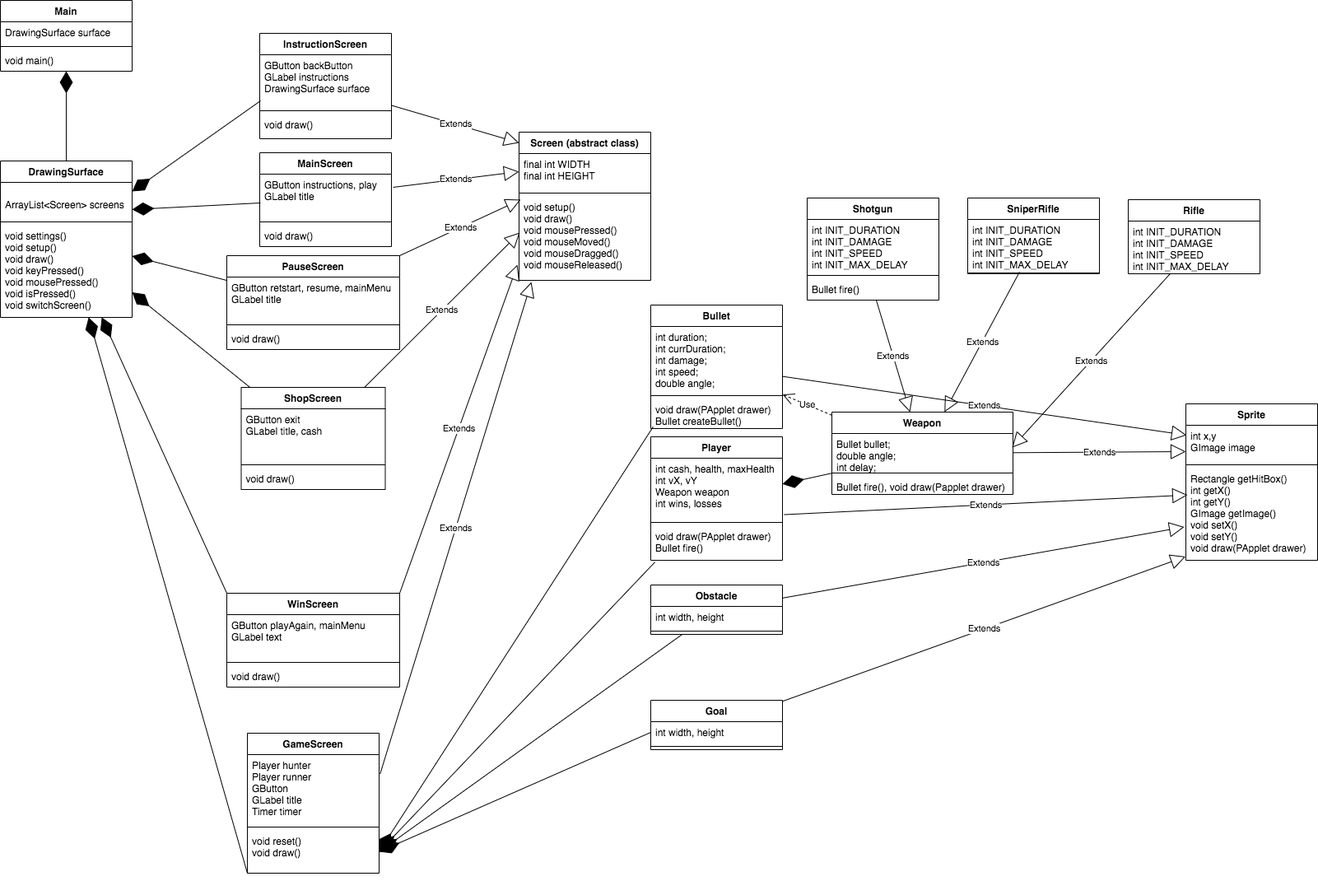
This is CapstoneBotman/doc/Final Project UML.png from HHSAPCompSci2020/capstone-project-botman, a draw.io export, as it was before one commit. Source tidied: cells renumbered, new cells last; positions are measured from the earlier drawing's top-left corner, leaving out a move shared by most shapes.
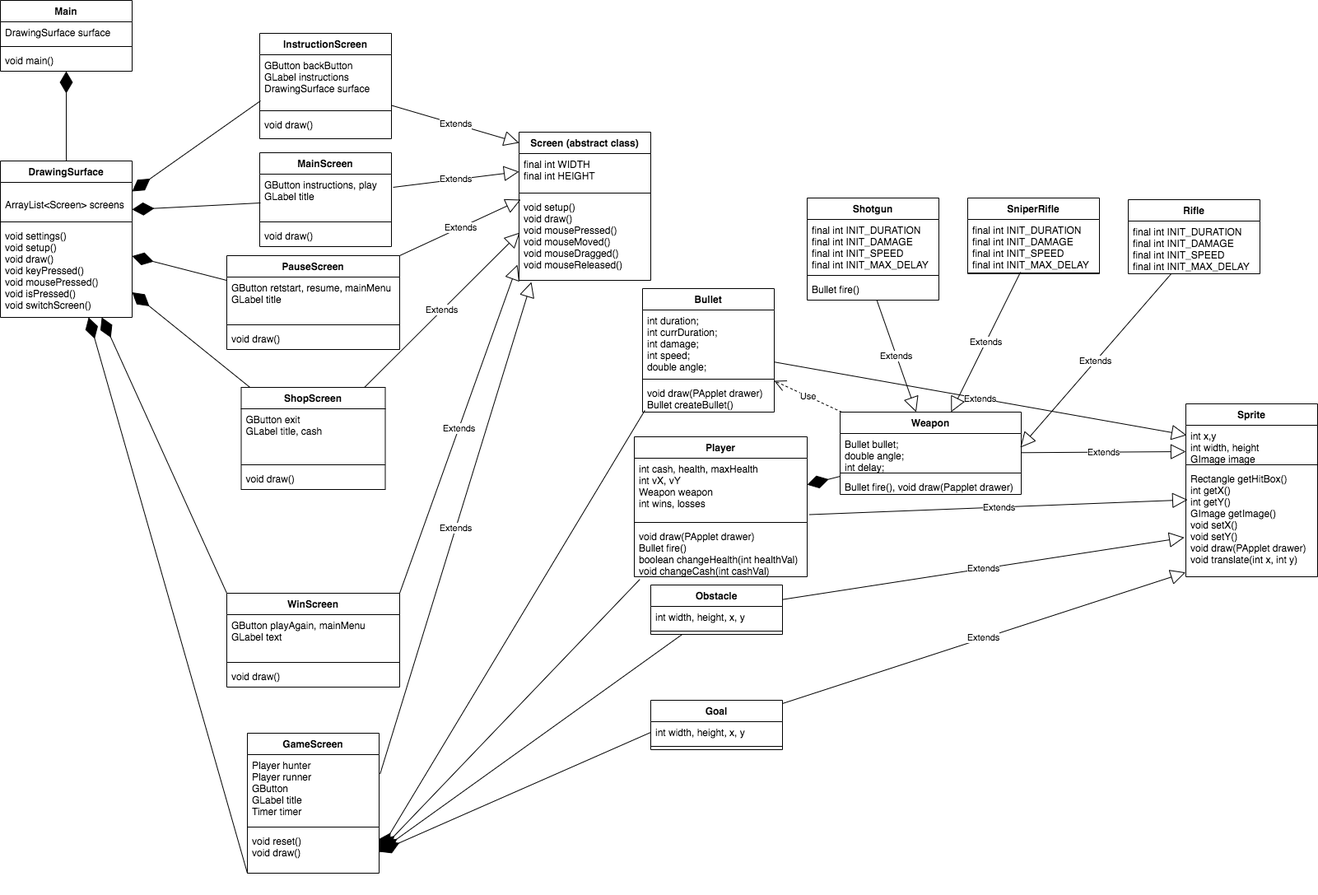
The same diagram one commit later.

What changed in the source:
```diff
@@ -87,19 +87,19 @@
       <mxGeometry y="118" width="160" height="52" as="geometry" />
     </mxCell>
     <mxCell id="30" value="Sprite" style="swimlane;fontStyle=1;align=center;verticalAlign=top;horizontal=1;startSize=26;" parent="1" vertex="1">
-      <mxGeometry x="1440" y="490" width="160" height="190" as="geometry" />
+      <mxGeometry x="1440" y="490" width="160" height="210" as="geometry" />
     </mxCell>
-    <mxCell id="31" value="int x,y&#10;GImage image&#10;" style="text;strokeColor=none;fillColor=none;align=left;verticalAlign=top;spacingLeft=4;spacingRight=4;overflow=hidden;points=[[0,0.5],[1,0.5]];portConstraint=eastwest;" parent="30" vertex="1">
+    <mxCell id="31" value="int x,y&#10;int width, height&#10;GImage image&#10;" style="text;strokeColor=none;fillColor=none;align=left;verticalAlign=top;spacingLeft=4;spacingRight=4;overflow=hidden;points=[[0,0.5],[1,0.5]];portConstraint=eastwest;" parent="30" vertex="1">
       <mxGeometry y="26" width="160" height="44" as="geometry" />
     </mxCell>
     <mxCell id="32" style="line;strokeWidth=1;fillColor=none;align=left;verticalAlign=middle;spacingTop=-1;spacingLeft=3;spacingRight=3;labelPosition=right;" parent="30" vertex="1">
       <mxGeometry y="70" width="160" height="8" as="geometry" />
     </mxCell>
-    <mxCell id="33" value="Rectangle getHitBox()&#10;int getX()&#10;int getY()&#10;GImage getImage()&#10;void setX()&#10;void setY()&#10;void draw(PApplet drawer)" style="text;strokeColor=none;fillColor=none;align=left;verticalAlign=top;spacingLeft=4;spacingRight=4;overflow=hidden;points=[[0,0.5],[1,0.5]];portConstraint=eastwest;" parent="30" vertex="1">
-      <mxGeometry y="78" width="160" height="112" as="geometry" />
+    <mxCell id="33" value="Rectangle getHitBox()&#10;int getX()&#10;int getY()&#10;GImage getImage()&#10;void setX()&#10;void setY()&#10;void draw(PApplet drawer)&#10;void translate(int x, int y)" style="text;strokeColor=none;fillColor=none;align=left;verticalAlign=top;spacingLeft=4;spacingRight=4;overflow=hidden;points=[[0,0.5],[1,0.5]];portConstraint=eastwest;" parent="30" vertex="1">
+      <mxGeometry y="78" width="160" height="132" as="geometry" />
     </mxCell>
     <mxCell id="34" value="Bullet" style="swimlane;fontStyle=1;align=center;verticalAlign=top;horizontal=1;startSize=26;" parent="1" vertex="1">
-      <mxGeometry x="790" y="370" width="160" height="150" as="geometry" />
+      <mxGeometry x="780" y="350" width="160" height="150" as="geometry" />
     </mxCell>
     <mxCell id="35" value="int duration;&#10;int currDuration; &#10;int damage; &#10;int speed;&#10;double angle;" style="text;strokeColor=none;fillColor=none;align=left;verticalAlign=top;spacingLeft=4;spacingRight=4;overflow=hidden;" parent="34" vertex="1">
       <mxGeometry y="26" width="160" height="80" as="geometry" />
@@ -111,16 +111,16 @@
       <mxGeometry y="114" width="160" height="36" as="geometry" />
     </mxCell>
     <mxCell id="38" value="Player" style="swimlane;fontStyle=1;align=center;verticalAlign=top;horizontal=1;startSize=26;" parent="1" vertex="1">
-      <mxGeometry x="790" y="530" width="160" height="150" as="geometry" />
+      <mxGeometry x="770" y="530" width="210" height="170" as="geometry" />
     </mxCell>
     <mxCell id="39" value="int cash, health, maxHealth&#10;int vX, vY&#10;Weapon weapon&#10;int wins, losses" style="text;strokeColor=none;fillColor=none;align=left;verticalAlign=top;spacingLeft=4;spacingRight=4;overflow=hidden;points=[[0,0.5],[1,0.5]];portConstraint=eastwest;" parent="38" vertex="1">
-      <mxGeometry y="26" width="160" height="74" as="geometry" />
+      <mxGeometry y="26" width="210" height="74" as="geometry" />
     </mxCell>
     <mxCell id="40" style="line;strokeWidth=1;fillColor=none;align=left;verticalAlign=middle;spacingTop=-1;spacingLeft=3;spacingRight=3;labelPosition=right;" parent="38" vertex="1">
-      <mxGeometry y="100" width="160" height="8" as="geometry" />
+      <mxGeometry y="100" width="210" height="8" as="geometry" />
     </mxCell>
-    <mxCell id="41" value="void draw(PApplet drawer)&#10;Bullet fire()&#10;" style="text;strokeColor=none;fillColor=none;align=left;verticalAlign=top;spacingLeft=4;spacingRight=4;overflow=hidden;points=[[0,0.5],[1,0.5]];portConstraint=eastwest;" parent="38" vertex="1">
-      <mxGeometry y="108" width="160" height="42" as="geometry" />
+    <mxCell id="41" value="void draw(PApplet drawer)&#10;Bullet fire()&#10;boolean changeHealth(int healthVal)&#10;void changeCash(int cashVal)" style="text;strokeColor=none;fillColor=none;align=left;verticalAlign=top;spacingLeft=4;spacingRight=4;overflow=hidden;points=[[0,0.5],[1,0.5]];portConstraint=eastwest;" parent="38" vertex="1">
+      <mxGeometry y="108" width="210" height="62" as="geometry" />
     </mxCell>
     <mxCell id="42" value="Extends" style="endArrow=block;endSize=16;endFill=0;html=1;entryX=0.013;entryY=0.292;entryDx=0;entryDy=0;entryPerimeter=0;exitX=1.013;exitY=0.926;exitDx=0;exitDy=0;exitPerimeter=0;" parent="1" edge="1" source="39" target="33">
       <mxGeometry relative="1" as="geometry" />
@@ -134,7 +134,7 @@
     <mxCell id="45" value="Obstacle" style="swimlane;fontStyle=1;align=center;verticalAlign=top;horizontal=1;startSize=26;" parent="1" vertex="1">
       <mxGeometry x="790" y="710" width="160" height="60" as="geometry" />
     </mxCell>
-    <mxCell id="46" value="int width, height" style="text;strokeColor=none;fillColor=none;align=left;verticalAlign=top;spacingLeft=4;spacingRight=4;overflow=hidden;" parent="45" vertex="1">
+    <mxCell id="46" value="int width, height, x, y" style="text;strokeColor=none;fillColor=none;align=left;verticalAlign=top;spacingLeft=4;spacingRight=4;overflow=hidden;" parent="45" vertex="1">
       <mxGeometry y="26" width="160" height="26" as="geometry" />
     </mxCell>
     <mxCell id="47" style="line;strokeWidth=1;fillColor=none;align=left;verticalAlign=middle;spacingTop=-1;spacingLeft=3;spacingRight=3;labelPosition=right;" parent="45" vertex="1">
@@ -208,7 +208,7 @@
       <mxGeometry relative="1" as="geometry" />
     </mxCell>
     <mxCell id="69" value="Weapon" style="swimlane;fontStyle=1;align=center;verticalAlign=top;horizontal=1;startSize=26;" parent="1" vertex="1">
-      <mxGeometry x="1010" y="500" width="220" height="100" as="geometry" />
+      <mxGeometry x="1020" y="500" width="220" height="100" as="geometry" />
     </mxCell>
     <mxCell id="70" value="Bullet bullet; &#10;double angle;&#10;int delay;" style="text;strokeColor=none;fillColor=none;align=left;verticalAlign=top;spacingLeft=4;spacingRight=4;overflow=hidden;points=[[0,0.5],[1,0.5]];portConstraint=eastwest;" parent="69" vertex="1">
       <mxGeometry y="26" width="220" height="44" as="geometry" />
@@ -240,7 +240,7 @@
     <mxCell id="79" value="Goal" style="swimlane;fontStyle=1;align=center;verticalAlign=top;horizontal=1;startSize=26;" parent="1" vertex="1">
       <mxGeometry x="790" y="850" width="160" height="60" as="geometry" />
     </mxCell>
-    <mxCell id="80" value="int width, height" style="text;strokeColor=none;fillColor=none;align=left;verticalAlign=top;spacingLeft=4;spacingRight=4;overflow=hidden;points=[[0,0.5],[1,0.5]];portConstraint=eastwest;" parent="79" vertex="1">
+    <mxCell id="80" value="int width, height, x, y" style="text;strokeColor=none;fillColor=none;align=left;verticalAlign=top;spacingLeft=4;spacingRight=4;overflow=hidden;points=[[0,0.5],[1,0.5]];portConstraint=eastwest;" parent="79" vertex="1">
       <mxGeometry y="26" width="160" height="26" as="geometry" />
     </mxCell>
     <mxCell id="81" style="line;strokeWidth=1;fillColor=none;align=left;verticalAlign=middle;spacingTop=-1;spacingLeft=3;spacingRight=3;labelPosition=right;" parent="79" vertex="1">
@@ -255,13 +255,13 @@
     <mxCell id="84" value="Rifle" style="swimlane;fontStyle=1;align=center;verticalAlign=top;horizontal=1;startSize=26;" parent="1" vertex="1">
       <mxGeometry x="1370" y="242" width="160" height="90" as="geometry" />
     </mxCell>
-    <mxCell id="85" value="int INIT_DURATION&#10;int INIT_DAMAGE&#10;int INIT_SPEED&#10;int INIT_MAX_DELAY" style="text;strokeColor=none;fillColor=none;align=left;verticalAlign=top;spacingLeft=4;spacingRight=4;overflow=hidden;points=[[0,0.5],[1,0.5]];portConstraint=eastwest;" parent="84" vertex="1">
+    <mxCell id="85" value="final int INIT_DURATION&#10;final int INIT_DAMAGE&#10;final int INIT_SPEED&#10;final int INIT_MAX_DELAY" style="text;strokeColor=none;fillColor=none;align=left;verticalAlign=top;spacingLeft=4;spacingRight=4;overflow=hidden;points=[[0,0.5],[1,0.5]];portConstraint=eastwest;" parent="84" vertex="1">
       <mxGeometry y="26" width="160" height="64" as="geometry" />
     </mxCell>
     <mxCell id="86" value="Shotgun" style="swimlane;fontStyle=1;align=center;verticalAlign=top;horizontal=1;startSize=26;" parent="1" vertex="1">
       <mxGeometry x="980" y="240" width="160" height="124" as="geometry" />
     </mxCell>
-    <mxCell id="87" value="int INIT_DURATION&#10;int INIT_DAMAGE&#10;int INIT_SPEED&#10;int INIT_MAX_DELAY" style="text;strokeColor=none;fillColor=none;align=left;verticalAlign=top;spacingLeft=4;spacingRight=4;overflow=hidden;" parent="86" vertex="1">
+    <mxCell id="87" value="final int INIT_DURATION&#10;final int INIT_DAMAGE&#10;final int INIT_SPEED&#10;final int INIT_MAX_DELAY" style="text;strokeColor=none;fillColor=none;align=left;verticalAlign=top;spacingLeft=4;spacingRight=4;overflow=hidden;" parent="86" vertex="1">
       <mxGeometry y="26" width="160" height="64" as="geometry" />
     </mxCell>
     <mxCell id="88" style="line;strokeWidth=1;fillColor=none;align=left;verticalAlign=middle;spacingTop=-1;spacingLeft=3;spacingRight=3;labelPosition=right;" parent="86" vertex="1">
@@ -273,7 +273,7 @@
     <mxCell id="90" value="SniperRifle" style="swimlane;fontStyle=1;align=center;verticalAlign=top;horizontal=1;startSize=26;" parent="1" vertex="1">
       <mxGeometry x="1175" y="240" width="160" height="92" as="geometry" />
     </mxCell>
-    <mxCell id="91" value="int INIT_DURATION&#10;int INIT_DAMAGE&#10;int INIT_SPEED&#10;int INIT_MAX_DELAY" style="text;strokeColor=none;fillColor=none;align=left;verticalAlign=top;spacingLeft=4;spacingRight=4;overflow=hidden;points=[[0,0.5],[1,0.5]];portConstraint=eastwest;" parent="90" vertex="1">
+    <mxCell id="91" value="final int INIT_DURATION&#10;final int INIT_DAMAGE&#10;final int INIT_SPEED&#10;final int INIT_MAX_DELAY" style="text;strokeColor=none;fillColor=none;align=left;verticalAlign=top;spacingLeft=4;spacingRight=4;overflow=hidden;points=[[0,0.5],[1,0.5]];portConstraint=eastwest;" parent="90" vertex="1">
       <mxGeometry y="26" width="160" height="64" as="geometry" />
     </mxCell>
     <mxCell id="92" style="line;strokeWidth=1;fillColor=none;align=left;verticalAlign=middle;spacingTop=-1;spacingLeft=3;spacingRight=3;labelPosition=right;" parent="90" vertex="1">
```
